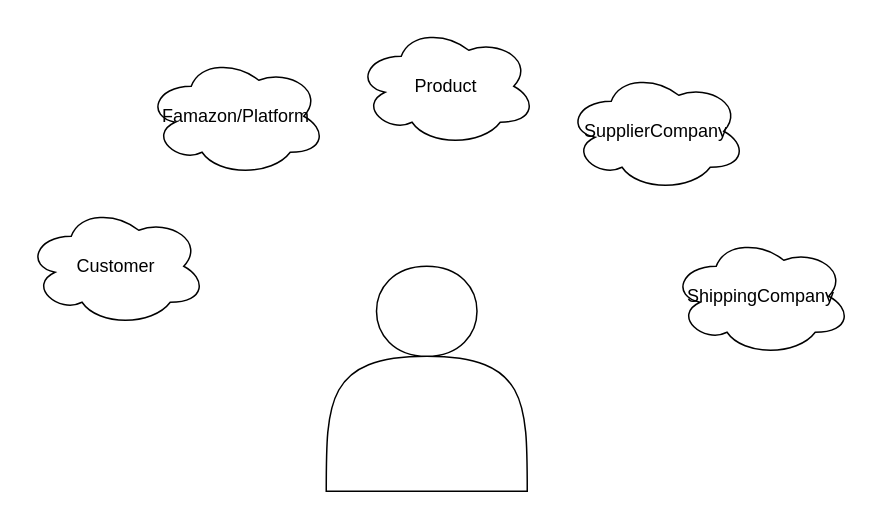
igoorilic/BE15_CR9_IgorIlic keeps this draw.io diagram as page "Cloud diagram" (1 of 4) of Diagram/diagram.drawio. Above is the earlier version. Source tidied: cells renumbered, new cells numbered last; positions are measured from the earlier drawing's top-left corner, leaving out a move shared by most shapes. Both pictures are drawn from the tidied source at 150%, with x=0, y=0 at pixel (26, 26).
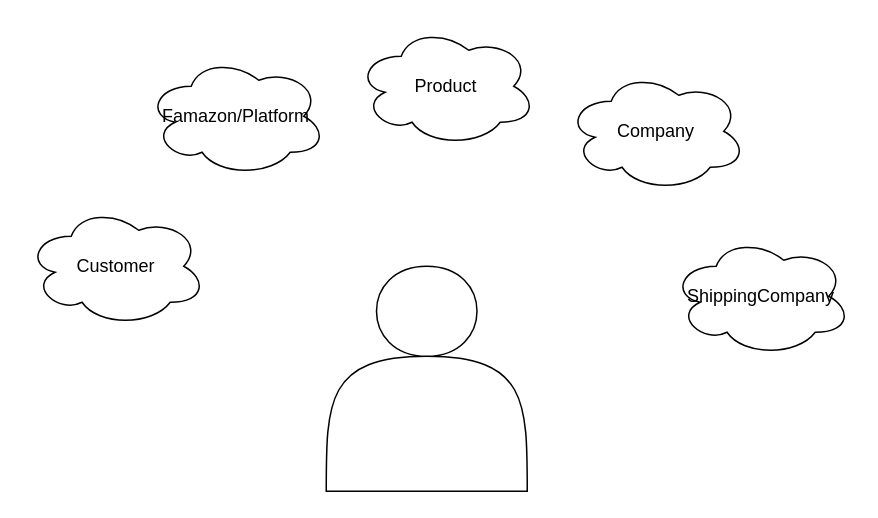
The same diagram, later.

Diff of the diagram source:
```diff
@@
 <mxGraphModel>
   <root>
     <mxCell id="0" />
     <mxCell id="1" parent="0" />
     <mxCell id="2" style="shape=actor;whiteSpace=wrap;html=1;" parent="1" vertex="1">
       <mxGeometry x="200" y="160" width="134" height="150" as="geometry" />
     </mxCell>
     <mxCell id="3" value="Famazon/Platform" style="ellipse;shape=cloud;whiteSpace=wrap;html=1;" parent="1" vertex="1">
       <mxGeometry x="80" y="20" width="120" height="80" as="geometry" />
     </mxCell>
     <mxCell id="4" value="Product" style="ellipse;shape=cloud;whiteSpace=wrap;html=1;" parent="1" vertex="1">
       <mxGeometry x="220" width="120" height="80" as="geometry" />
     </mxCell>
-    <mxCell id="5" value="SupplierCompany" style="ellipse;shape=cloud;whiteSpace=wrap;html=1;" parent="1" vertex="1">
+    <mxCell id="5" value="Company" style="ellipse;shape=cloud;whiteSpace=wrap;html=1;" parent="1" vertex="1">
       <mxGeometry x="360" y="30" width="120" height="80" as="geometry" />
     </mxCell>
     <mxCell id="6" value="ShippingCompany" style="ellipse;shape=cloud;whiteSpace=wrap;html=1;" parent="1" vertex="1">
       <mxGeometry x="430" y="140" width="120" height="80" as="geometry" />
     </mxCell>
     <mxCell id="7" value="Customer" style="ellipse;shape=cloud;whiteSpace=wrap;html=1;" parent="1" vertex="1">
       <mxGeometry y="120" width="120" height="80" as="geometry" />
     </mxCell>
   </root>
 </mxGraphModel>
```
